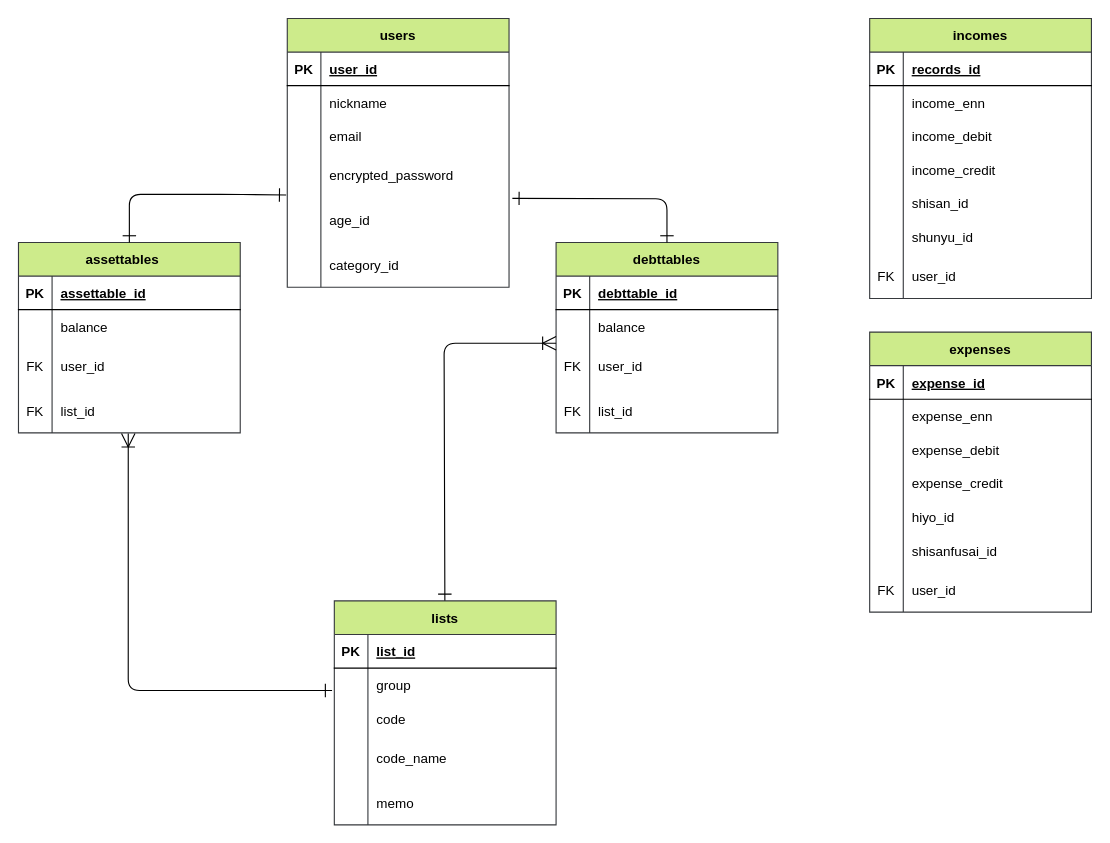
rikakohira/moneyforest keeps this draw.io diagram as page "ER図" (2 of 3) of moneyforest.dio. Above is the earlier version. Source tidied: cells renumbered, new cells numbered last; positions are measured from the earlier drawing's top-left corner, leaving out a move shared by most shapes. Both pictures are drawn from the tidied source at 112%, with x=0, y=0 at pixel (18, 18).
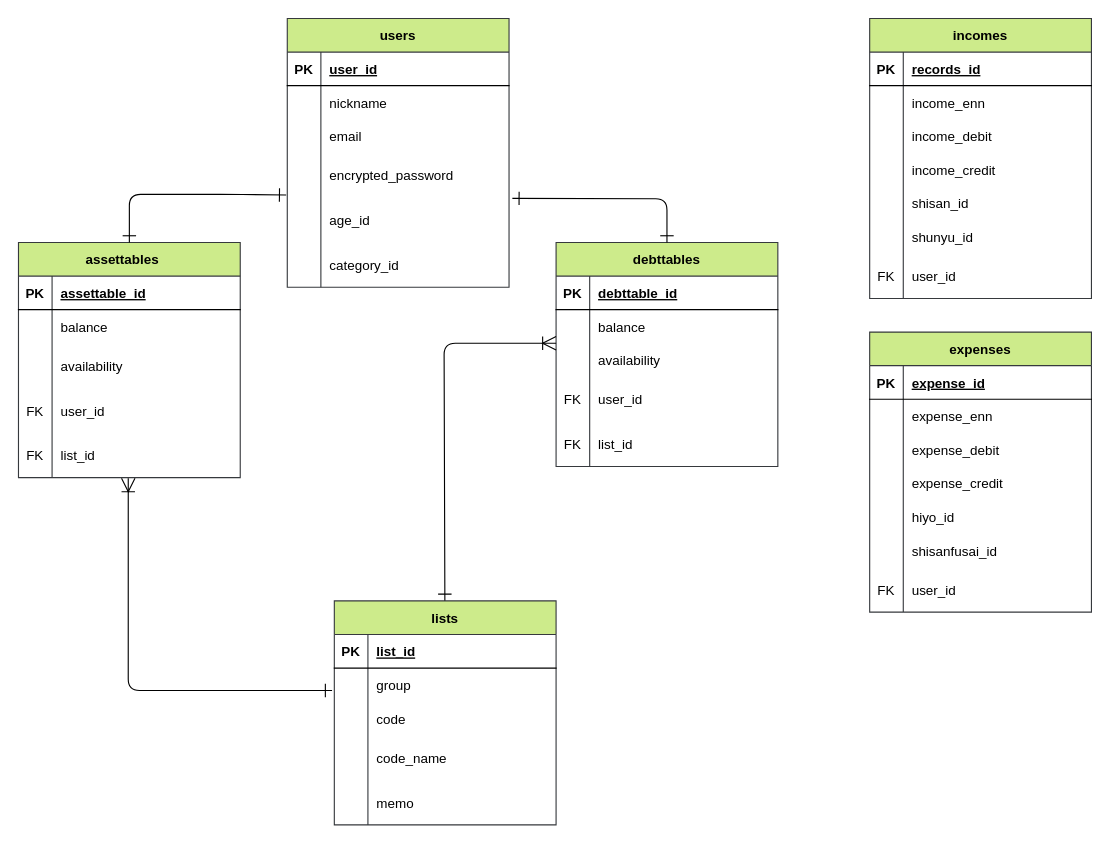
The same page after the edit.

Diff of the diagram source:
```diff
@@
     <mxCell id="21" value="assettables　" style="shape=table;startSize=30;childLayout=tableLayout;rowLines=0;fontStyle=1;align=center;strokeColor=#36393d;fillColor=#cdeb8b;fontColor=#000000;portConstraintRotation=0;resizeLastRow=1;" parent="1" vertex="1">
-      <mxGeometry y="200" width="198" height="170" as="geometry" />
+      <mxGeometry y="200" width="198" height="210" as="geometry" />
     </mxCell>
@@
+    <mxCell id="114" style="shape=partialRectangle;fillColor=none;top=0;left=0;bottom=0;right=0;strokeColor=#000000;fontColor=#000000;" parent="21" vertex="1">
+      <mxGeometry y="90" width="198" height="40" as="geometry" />
+    </mxCell>
+    <mxCell id="115" style="shape=partialRectangle;fillColor=none;top=0;left=0;bottom=0;right=0;overflow=hidden;strokeColor=#000000;fontColor=#000000;" parent="114" vertex="1">
+      <mxGeometry width="30" height="40" as="geometry" />
+    </mxCell>
+    <mxCell id="116" value="availability" style="shape=partialRectangle;fillColor=none;top=0;left=0;bottom=0;right=0;align=left;spacingLeft=6;overflow=hidden;strokeColor=#000000;fontColor=#000000;" parent="114" vertex="1">
+      <mxGeometry x="30" width="168" height="40" as="geometry" />
+    </mxCell>
     <mxCell id="28" style="shape=partialRectangle;fillColor=none;top=0;left=0;bottom=0;right=0;strokeColor=#000000;fontColor=#000000;" parent="21" vertex="1">
-      <mxGeometry y="90" width="198" height="40" as="geometry" />
+      <mxGeometry y="130" width="198" height="40" as="geometry" />
     </mxCell>
@@
     <mxCell id="31" style="shape=partialRectangle;fillColor=none;top=0;left=0;bottom=0;right=0;points=[[0,0.5],[1,0.5]];portConstraint=eastwest;strokeColor=#000000;fontColor=#000000;" parent="21" vertex="1">
-      <mxGeometry y="130" width="198" height="40" as="geometry" />
+      <mxGeometry y="170" width="198" height="40" as="geometry" />
     </mxCell>
@@
     <mxCell id="80" value="FK" style="shape=partialRectangle;fillColor=none;top=0;left=0;bottom=0;right=0;overflow=hidden;strokeColor=#000000;fontColor=#000000;" parent="1" vertex="1">
-      <mxGeometry y="290" width="30" height="40" as="geometry" />
+      <mxGeometry y="330" width="30" height="40" as="geometry" />
     </mxCell>
     <mxCell id="81" value="debttables" style="shape=table;startSize=30;childLayout=tableLayout;rowLines=0;fontStyle=1;align=center;strokeColor=#36393d;fillColor=#cdeb8b;fontColor=#000000;portConstraintRotation=0;resizeLastRow=1;" parent="1" vertex="1">
-      <mxGeometry x="480" y="200" width="198" height="170" as="geometry" />
+      <mxGeometry x="480" y="200" width="198" height="200" as="geometry" />
     </mxCell>
@@
+    <mxCell id="117" style="shape=partialRectangle;fillColor=none;top=0;left=0;bottom=0;right=0;strokeColor=#000000;fontColor=#000000;" parent="81" vertex="1">
+      <mxGeometry y="90" width="198" height="30" as="geometry" />
+    </mxCell>
+    <mxCell id="118" style="shape=partialRectangle;fillColor=none;top=0;left=0;bottom=0;right=0;overflow=hidden;strokeColor=#000000;fontColor=#000000;" parent="117" vertex="1">
+      <mxGeometry width="30" height="30" as="geometry" />
+    </mxCell>
+    <mxCell id="119" value="availability" style="shape=partialRectangle;fillColor=none;top=0;left=0;bottom=0;right=0;align=left;spacingLeft=6;overflow=hidden;strokeColor=#000000;fontColor=#000000;" parent="117" vertex="1">
+      <mxGeometry x="30" width="168" height="30" as="geometry" />
+    </mxCell>
     <mxCell id="88" style="shape=partialRectangle;fillColor=none;top=0;left=0;bottom=0;right=0;strokeColor=#000000;fontColor=#000000;" parent="81" vertex="1">
-      <mxGeometry y="90" width="198" height="40" as="geometry" />
+      <mxGeometry y="120" width="198" height="40" as="geometry" />
     </mxCell>
@@
     <mxCell id="91" style="shape=partialRectangle;fillColor=none;top=0;left=0;bottom=0;right=0;strokeColor=#000000;fontColor=#000000;" parent="81" vertex="1">
-      <mxGeometry y="130" width="198" height="40" as="geometry" />
+      <mxGeometry y="160" width="198" height="40" as="geometry" />
     </mxCell>
@@
     <mxCell id="94" value="FK" style="shape=partialRectangle;fillColor=none;top=0;left=0;bottom=0;right=0;overflow=hidden;strokeColor=#000000;fontColor=#000000;" parent="1" vertex="1">
-      <mxGeometry x="480" y="290" width="30" height="40" as="geometry" />
+      <mxGeometry x="480" y="320" width="30" height="40" as="geometry" />
     </mxCell>
```
